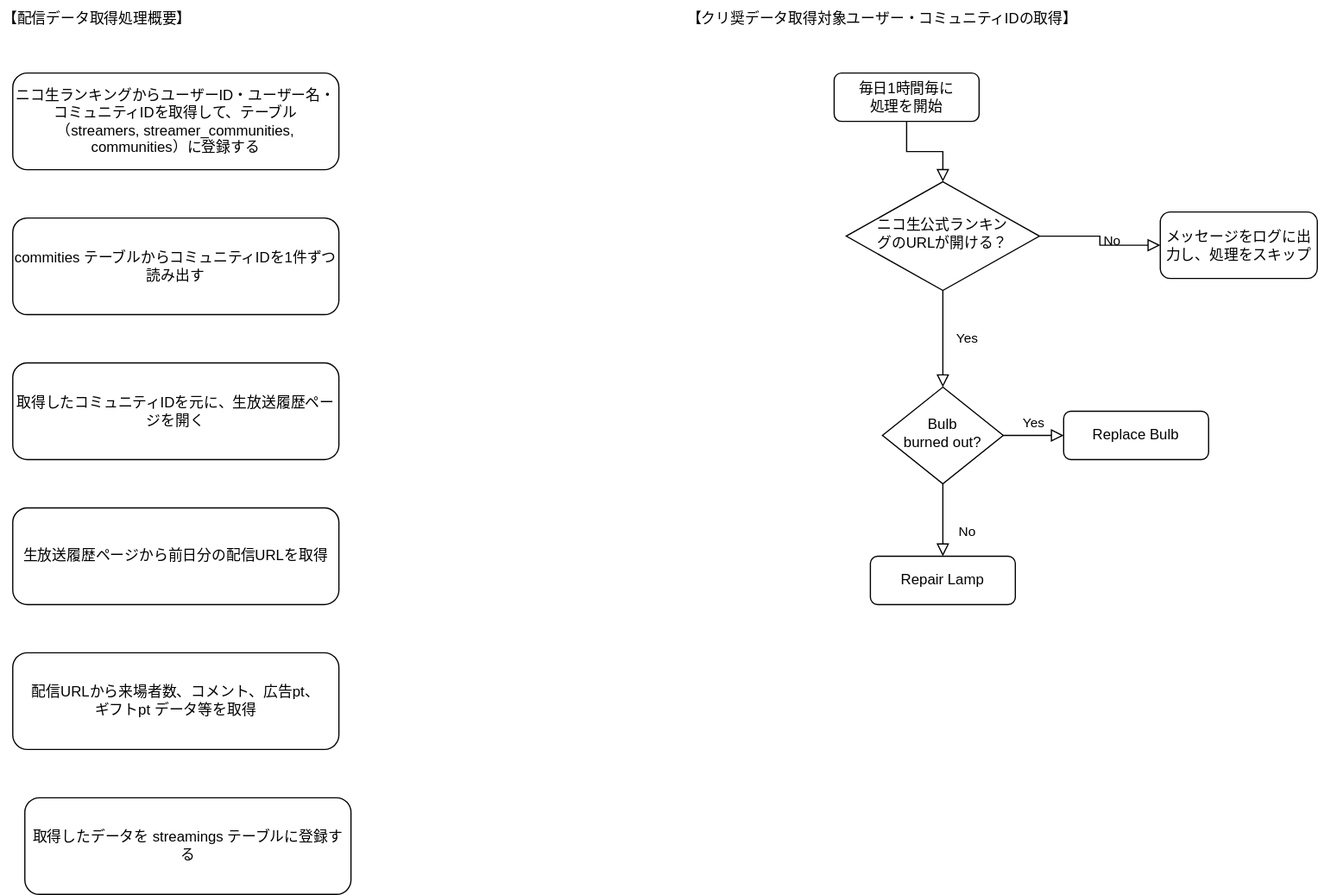
Before: 処理フローチャート.drawio.svg, a diagram exported from draw.io (MASA20201203/NicodbLaravel). Source tidied: cells renumbered, new cells last; positions are measured from the earlier drawing's top-left corner, leaving out a move shared by most shapes.
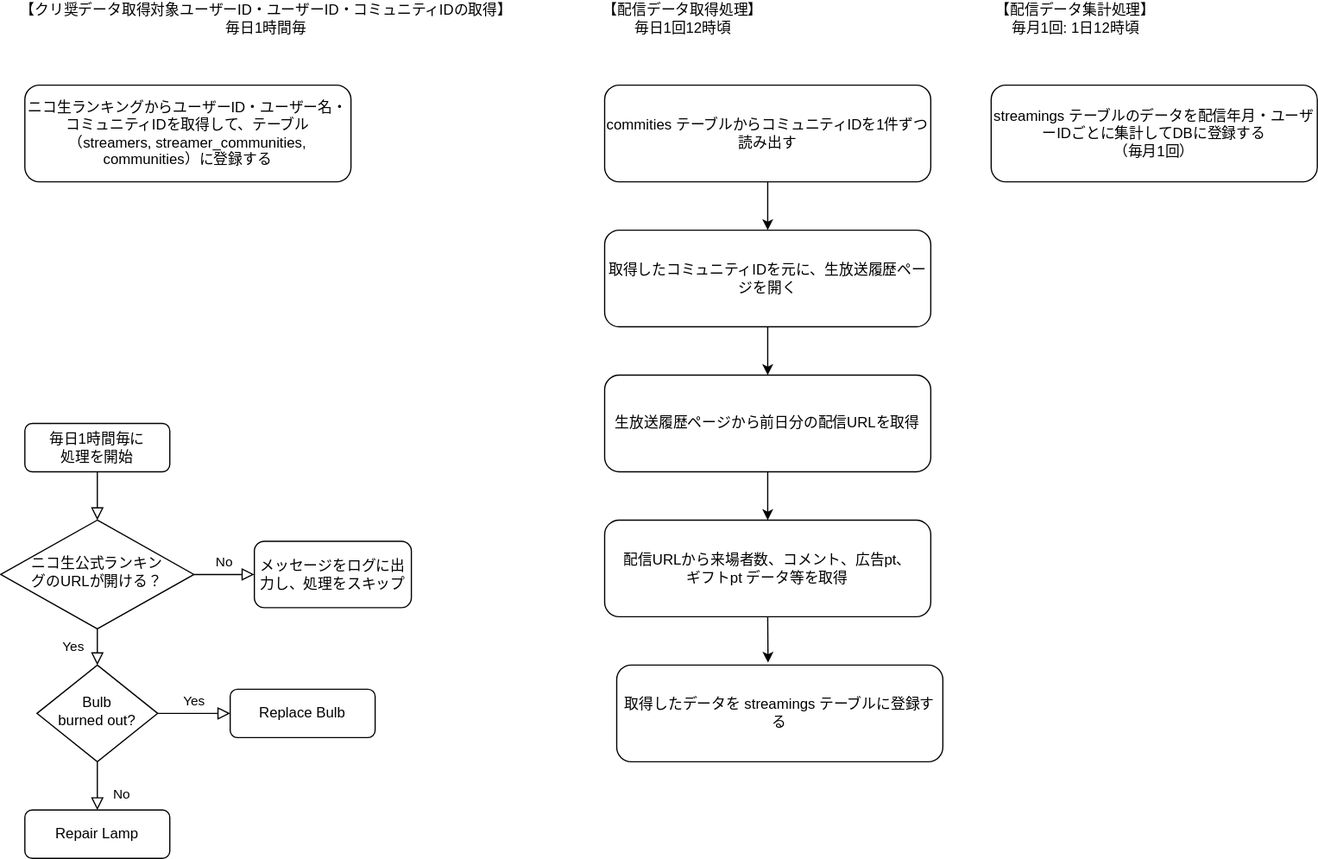
After the commit.

Commit message:
配信データ集計処理を追記

The edit, as a diff of the source:
```diff
@@ -6,7 +6,7 @@
       <mxGeometry relative="1" as="geometry" />
     </mxCell>
     <mxCell id="3" value="毎日1時間毎に&lt;br&gt;処理を開始" style="rounded=1;whiteSpace=wrap;html=1;fontSize=12;glass=0;strokeWidth=1;shadow=0;" parent="1" vertex="1">
-      <mxGeometry x="690" y="60" width="120" height="40" as="geometry" />
+      <mxGeometry x="-30" y="340" width="120" height="40" as="geometry" />
     </mxCell>
     <mxCell id="4" value="Yes" style="rounded=0;html=1;jettySize=auto;fontSize=11;endArrow=block;endFill=0;endSize=8;strokeWidth=1;shadow=0;labelBackgroundColor=none;edgeStyle=orthogonalEdgeStyle;" parent="1" edge="1" source="6" target="10">
       <mxGeometry y="20" relative="1" as="geometry" />
@@ -15,10 +15,10 @@
       <mxGeometry y="10" relative="1" as="geometry" />
     </mxCell>
     <mxCell id="6" value="ニコ生公式ランキン&lt;br&gt;グのURLが開ける？" style="rhombus;whiteSpace=wrap;html=1;shadow=0;fontFamily=Helvetica;fontSize=12;align=center;strokeWidth=1;spacing=6;spacingTop=-4;" parent="1" vertex="1">
-      <mxGeometry x="700" y="150" width="160" height="90" as="geometry" />
+      <mxGeometry x="-50" y="420" width="160" height="90" as="geometry" />
     </mxCell>
     <mxCell id="7" value="メッセージをログに出力し、処理をスキップ" style="rounded=1;whiteSpace=wrap;html=1;fontSize=12;glass=0;strokeWidth=1;shadow=0;" parent="1" vertex="1">
-      <mxGeometry x="960" y="175" width="130" height="55" as="geometry" />
+      <mxGeometry x="160" y="437.5" width="130" height="55" as="geometry" />
     </mxCell>
     <mxCell id="8" value="No" style="rounded=0;html=1;jettySize=auto;fontSize=11;endArrow=block;endFill=0;endSize=8;strokeWidth=1;shadow=0;labelBackgroundColor=none;edgeStyle=orthogonalEdgeStyle;" parent="1" edge="1" source="10" target="11">
       <mxGeometry x="0.33" y="20" relative="1" as="geometry" />
@@ -27,37 +27,55 @@
       <mxGeometry y="10" relative="1" as="geometry" />
     </mxCell>
     <mxCell id="10" value="Bulb&lt;br&gt;burned out?" style="rhombus;whiteSpace=wrap;html=1;shadow=0;fontFamily=Helvetica;fontSize=12;align=center;strokeWidth=1;spacing=6;spacingTop=-4;" parent="1" vertex="1">
-      <mxGeometry x="730" y="320" width="100" height="80" as="geometry" />
+      <mxGeometry x="-20" y="540" width="100" height="80" as="geometry" />
     </mxCell>
     <mxCell id="11" value="Repair Lamp" style="rounded=1;whiteSpace=wrap;html=1;fontSize=12;glass=0;strokeWidth=1;shadow=0;" parent="1" vertex="1">
-      <mxGeometry x="720" y="460" width="120" height="40" as="geometry" />
+      <mxGeometry x="-30" y="660" width="120" height="40" as="geometry" />
     </mxCell>
     <mxCell id="12" value="Replace Bulb" style="rounded=1;whiteSpace=wrap;html=1;fontSize=12;glass=0;strokeWidth=1;shadow=0;" parent="1" vertex="1">
-      <mxGeometry x="880" y="340" width="120" height="40" as="geometry" />
+      <mxGeometry x="140" y="560" width="120" height="40" as="geometry" />
     </mxCell>
-    <mxCell id="13" value="【クリ奨データ取得対象ユーザー・コミュニティIDの取得】" style="text;html=1;strokeColor=none;fillColor=none;align=center;verticalAlign=middle;whiteSpace=wrap;rounded=0;" parent="1" vertex="1">
-      <mxGeometry x="560" width="340" height="30" as="geometry" />
+    <mxCell id="13" value="【クリ奨データ取得対象ユーザーID・ユーザーID・コミュニティIDの取得】毎日1時間毎" style="text;html=1;strokeColor=none;fillColor=none;align=center;verticalAlign=middle;whiteSpace=wrap;rounded=0;" parent="1" vertex="1">
+      <mxGeometry x="-40" y="-10" width="420" height="30" as="geometry" />
     </mxCell>
-    <mxCell id="14" value="【配信データ取得処理概要】" style="text;html=1;strokeColor=none;fillColor=none;align=center;verticalAlign=middle;whiteSpace=wrap;rounded=0;" parent="1" vertex="1">
-      <mxGeometry width="160" height="30" as="geometry" />
+    <mxCell id="14" value="【配信データ取得処理】&lt;br&gt;毎日1回12時頃" style="text;html=1;strokeColor=none;fillColor=none;align=center;verticalAlign=middle;whiteSpace=wrap;rounded=0;" parent="1" vertex="1">
+      <mxGeometry x="440" y="-10" width="150" height="30" as="geometry" />
     </mxCell>
     <mxCell id="15" value="ニコ生ランキングからユーザーID・ユーザー名・コミュニティIDを取得して、テーブル（streamers, streamer_communities, communities）に登録する" style="rounded=1;whiteSpace=wrap;html=1;fontSize=12;glass=0;strokeWidth=1;shadow=0;" parent="1" vertex="1">
-      <mxGeometry x="10" y="60" width="270" height="80" as="geometry" />
+      <mxGeometry x="-30" y="60" width="270" height="80" as="geometry" />
     </mxCell>
+    <mxCell id="21" style="edgeStyle=orthogonalEdgeStyle;rounded=0;jettySize=auto;html=1;exitX=0.5;exitY=1;exitDx=0;exitDy=0;entryX=0.5;entryY=0;entryDx=0;entryDy=0;" parent="1" edge="1" source="16" target="17">
+      <mxGeometry relative="1" as="geometry" />
+    </mxCell>
     <mxCell id="16" value="commities テーブルからコミュニティIDを1件ずつ読み出す" style="rounded=1;whiteSpace=wrap;html=1;fontSize=12;glass=0;strokeWidth=1;shadow=0;" parent="1" vertex="1">
-      <mxGeometry x="10" y="180" width="270" height="80" as="geometry" />
+      <mxGeometry x="450" y="60" width="270" height="80" as="geometry" />
     </mxCell>
+    <mxCell id="22" style="edgeStyle=orthogonalEdgeStyle;rounded=0;jettySize=auto;html=1;exitX=0.5;exitY=1;exitDx=0;exitDy=0;entryX=0.5;entryY=0;entryDx=0;entryDy=0;" parent="1" edge="1" source="17" target="18">
+      <mxGeometry relative="1" as="geometry" />
+    </mxCell>
     <mxCell id="17" value="取得したコミュニティIDを元に、生放送履歴ページを開く" style="rounded=1;whiteSpace=wrap;html=1;fontSize=12;glass=0;strokeWidth=1;shadow=0;" parent="1" vertex="1">
-      <mxGeometry x="10" y="300" width="270" height="80" as="geometry" />
+      <mxGeometry x="450" y="180" width="270" height="80" as="geometry" />
     </mxCell>
+    <mxCell id="23" style="edgeStyle=orthogonalEdgeStyle;rounded=0;jettySize=auto;html=1;exitX=0.5;exitY=1;exitDx=0;exitDy=0;entryX=0.5;entryY=0;entryDx=0;entryDy=0;" parent="1" edge="1" source="18" target="19">
+      <mxGeometry relative="1" as="geometry" />
+    </mxCell>
     <mxCell id="18" value="生放送履歴ページから前日分の配信URLを取得" style="rounded=1;whiteSpace=wrap;html=1;fontSize=12;glass=0;strokeWidth=1;shadow=0;" parent="1" vertex="1">
-      <mxGeometry x="10" y="420" width="270" height="80" as="geometry" />
+      <mxGeometry x="450" y="300" width="270" height="80" as="geometry" />
     </mxCell>
     <mxCell id="19" value="配信URLから来場者数、コメント、広告pt、&lt;br&gt;ギフトpt データ等を取得" style="rounded=1;whiteSpace=wrap;html=1;fontSize=12;glass=0;strokeWidth=1;shadow=0;" parent="1" vertex="1">
-      <mxGeometry x="10" y="540" width="270" height="80" as="geometry" />
+      <mxGeometry x="450" y="420" width="270" height="80" as="geometry" />
     </mxCell>
     <mxCell id="20" value="取得したデータを streamings テーブルに登録する" style="rounded=1;whiteSpace=wrap;html=1;fontSize=12;glass=0;strokeWidth=1;shadow=0;" parent="1" vertex="1">
-      <mxGeometry x="20" y="660" width="270" height="80" as="geometry" />
+      <mxGeometry x="460" y="540" width="270" height="80" as="geometry" />
     </mxCell>
+    <mxCell id="24" style="edgeStyle=orthogonalEdgeStyle;rounded=0;jettySize=auto;html=1;exitX=0.5;exitY=1;exitDx=0;exitDy=0;entryX=0.464;entryY=-0.025;entryDx=0;entryDy=0;entryPerimeter=0;" parent="1" edge="1" source="19" target="20">
+      <mxGeometry relative="1" as="geometry" />
+    </mxCell>
+    <mxCell id="25" value="【配信データ集計処理】&lt;br&gt;毎月1回: 1日12時頃" style="text;html=1;strokeColor=none;fillColor=none;align=center;verticalAlign=middle;whiteSpace=wrap;rounded=0;" parent="1" vertex="1">
+      <mxGeometry x="770" y="-10" width="140" height="30" as="geometry" />
+    </mxCell>
+    <mxCell id="26" value="streamings テーブルのデータを配信年月・ユーザーIDごとに集計してDBに登録する&lt;br&gt;（毎月1回）" style="rounded=1;whiteSpace=wrap;html=1;fontSize=12;glass=0;strokeWidth=1;shadow=0;" parent="1" vertex="1">
+      <mxGeometry x="770" y="60" width="270" height="80" as="geometry" />
+    </mxCell>
   </root>
 </mxGraphModel>
```
